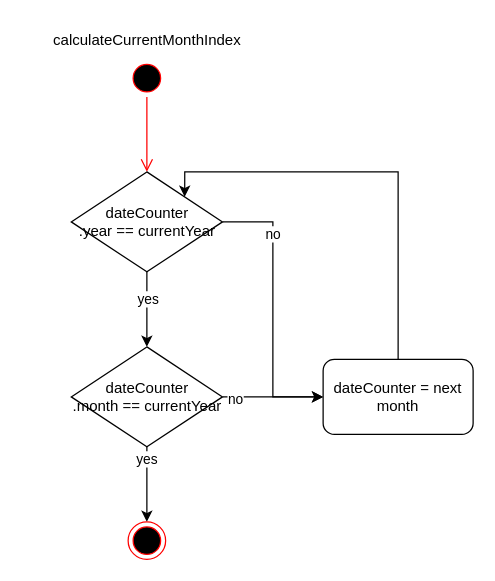
This is page "CurrentMonthProvider_calculateCurrentMonthIndex" (6 of 9) of doc/diagrams/diagrams.drawio from RobinRother/Crimson-Harvest, a draw.io file, before an edit. Source tidied: cells renumbered, new cells numbered last; positions are measured from the earlier drawing's top-left corner, leaving out a move shared by most shapes. Both pictures are drawn from the tidied source at 125%, with x=0, y=0 at pixel (20, 21).
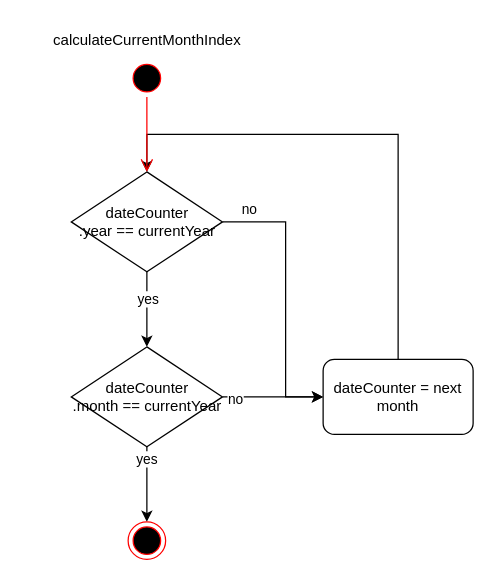
After the change.

The change refers to these unchanged cells:
```xml
<mxCell id="2" style="ellipse;html=1;shape=startState;fillColor=#000000;strokeColor=#ff0000;" parent="1" vertex="1">
  <mxGeometry x="86" y="30" width="30" height="30" as="geometry" />
</mxCell>
<mxCell id="9" value="&lt;div&gt;dateCounter&lt;br&gt;&lt;/div&gt;&lt;div&gt;.year == currentYear&lt;/div&gt;" style="rhombus;whiteSpace=wrap;html=1;strokeWidth=1;fillColor=default;" parent="1" vertex="1">
  <mxGeometry x="40.5" y="120" width="121" height="80" as="geometry" />
</mxCell>
<mxCell id="17" value="dateCounter = next month" style="rounded=1;whiteSpace=wrap;html=1;strokeWidth=1;fillColor=default;" parent="1" vertex="1">
  <mxGeometry x="242" y="270" width="120" height="60" as="geometry" />
</mxCell>
```

The edit, as a diff of the source:
```diff
@@
-    <mxCell id="3" style="edgeStyle=orthogonalEdgeStyle;html=1;verticalAlign=bottom;endArrow=open;endSize=8;strokeColor=#ff0000;rounded=0;entryX=0.5;entryY=0;entryDx=0;entryDy=0;" parent="1" edge="1" source="2" target="9">
-      <mxGeometry relative="1" as="geometry" />
-    </mxCell>
@@
     <mxCell id="7" style="edgeStyle=orthogonalEdgeStyle;rounded=0;jettySize=auto;html=1;exitX=1;exitY=0.5;exitDx=0;exitDy=0;entryX=0;entryY=0.5;entryDx=0;entryDy=0;startSize=6;endSize=6;" parent="1" edge="1" source="9" target="17">
-      <mxGeometry relative="1" as="geometry" />
+      <mxGeometry relative="1" as="geometry">
+        <Array as="points">
+          <mxPoint x="212" y="160" />
+          <mxPoint x="212" y="300" />
+        </Array>
+      </mxGeometry>
     </mxCell>
     <mxCell id="8" value="no" style="edgeLabel;html=1;align=center;verticalAlign=middle;" parent="7" vertex="1">
       <mxGeometry x="-0.33" relative="1" as="geometry">
-        <mxPoint y="-24" as="offset" />
+        <mxPoint x="-30" y="-34" as="offset" />
       </mxGeometry>
     </mxCell>
@@
-    <mxCell id="16" style="edgeStyle=orthogonalEdgeStyle;rounded=0;jettySize=auto;html=1;exitX=0.5;exitY=0;exitDx=0;exitDy=0;entryX=1;entryY=0;entryDx=0;entryDy=0;startSize=6;endSize=6;" parent="1" edge="1" source="17" target="9">
+    <mxCell id="16" style="edgeStyle=orthogonalEdgeStyle;rounded=0;jettySize=auto;html=1;exitX=0.5;exitY=0;exitDx=0;exitDy=0;entryX=0.5;entryY=0;entryDx=0;entryDy=0;startSize=6;endSize=6;" parent="1" edge="1" source="17" target="9">
       <mxGeometry relative="1" as="geometry">
         <Array as="points">
-          <mxPoint x="302" y="120" />
-          <mxPoint x="131" y="120" />
+          <mxPoint x="302" y="90" />
+          <mxPoint x="101" y="90" />
         </Array>
       </mxGeometry>
     </mxCell>
@@
+    <mxCell id="3" style="edgeStyle=orthogonalEdgeStyle;html=1;verticalAlign=bottom;endArrow=open;endSize=8;strokeColor=#ff0000;rounded=0;entryX=0.5;entryY=0;entryDx=0;entryDy=0;" parent="1" edge="1" source="2" target="9">
+      <mxGeometry relative="1" as="geometry" />
+    </mxCell>
```
